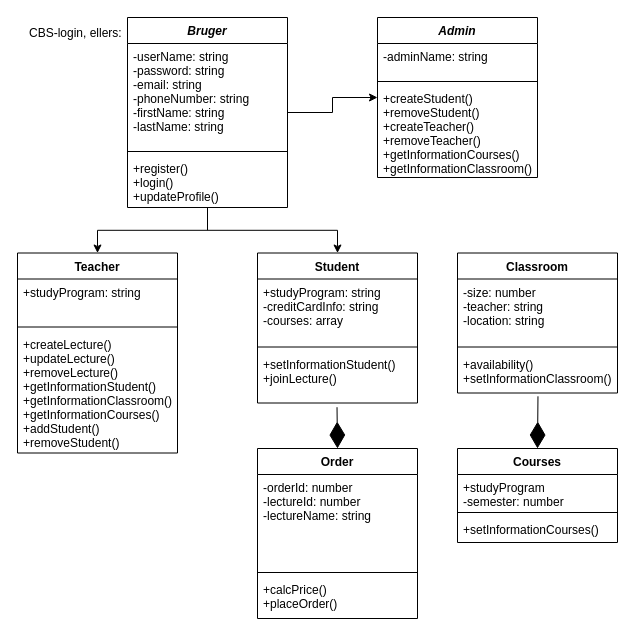
This is Untitled Diagram.drawio from Niklas107/Gruppeprojekt-1, a draw.io file, before an edit. Source tidied: cells renumbered, new cells numbered last; positions are measured from the earlier drawing's top-left corner, leaving out a move shared by most shapes. Both pictures are drawn from the tidied source at 100%, with x=0, y=0 at pixel (17, 17).
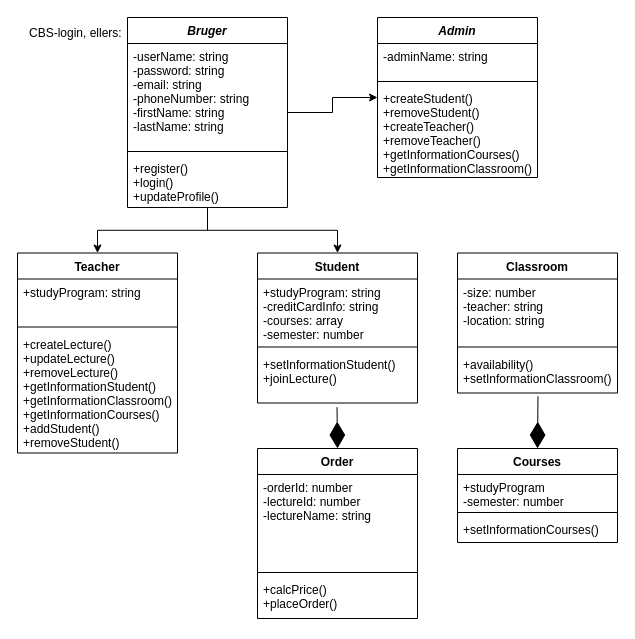
After the change.

The change refers to these unchanged cells:
```xml
<mxCell id="17" value="Student" style="swimlane;fontStyle=1;align=center;verticalAlign=top;horizontal=1;startSize=26;" parent="1" vertex="1">
  <mxGeometry x="240" y="235.5" width="160" height="150" as="geometry" />
</mxCell>
```

Diff of the diagram source:
```diff
@@
-    <mxCell id="18" value="+studyProgram: string&#10;-creditCardInfo: string&#10;-courses: array" style="text;strokeColor=none;fillColor=none;align=left;verticalAlign=top;spacingLeft=4;spacingRight=4;overflow=hidden;" parent="17" vertex="1">
+    <mxCell id="18" value="+studyProgram: string&#10;-creditCardInfo: string&#10;-courses: array&#10;-semester: number" style="text;strokeColor=none;fillColor=none;align=left;verticalAlign=top;spacingLeft=4;spacingRight=4;overflow=hidden;" parent="17" vertex="1">
       <mxGeometry y="26" width="160" height="64" as="geometry" />
     </mxCell>
```
